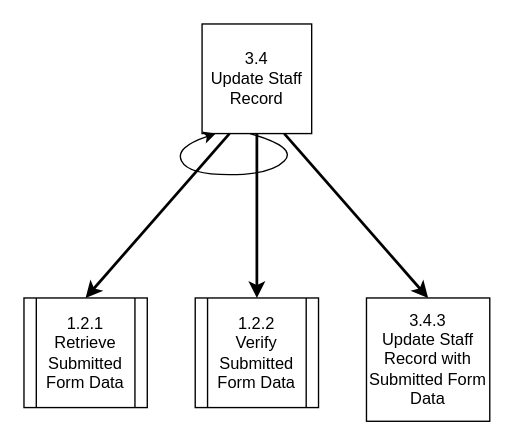
Before: page "3.4: Update Staff Record" (4 of 4) of Diagrams/StructureCharts/Proc3UpdateStaff.drawio in Harlento/SchedulingSystem, a draw.io diagram. Source tidied: cells renumbered, new cells numbered last; positions are measured from the earlier drawing's top-left corner, leaving out a move shared by most shapes. Both pictures are drawn from the tidied source at 137%, with x=0, y=0 at pixel (23, 23).
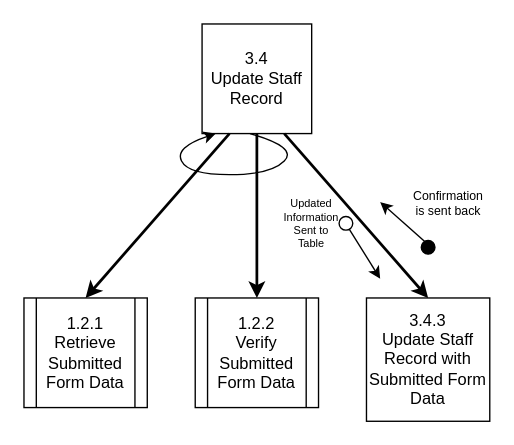
The same page after the edit.

Diff of the diagram source:
```diff
@@
+    <mxCell id="10" style="endArrow=classic;html=1;" parent="1" edge="1">
+      <mxGeometry relative="1" as="geometry">
+        <mxPoint x="234.8" y="145.5" as="sourcePoint" />
+        <mxPoint x="260" y="186" as="targetPoint" />
+      </mxGeometry>
+    </mxCell>
+    <mxCell id="11" style="ellipse;whiteSpace=wrap;html=1;" parent="1" vertex="1">
+      <mxGeometry x="230" y="140.5" width="10" height="10" as="geometry" />
+    </mxCell>
+    <mxCell id="12" value="&lt;div style=&quot;font-size: 8px;&quot;&gt;Updated &lt;br style=&quot;font-size: 8px;&quot;&gt;&lt;/div&gt;&lt;div style=&quot;font-size: 8px;&quot;&gt;Information &lt;br style=&quot;font-size: 8px;&quot;&gt;&lt;/div&gt;&lt;div style=&quot;font-size: 8px;&quot;&gt;Sent to Table&lt;br style=&quot;font-size: 8px;&quot;&gt;&lt;/div&gt;" style="text;html=1;strokeColor=none;fillColor=none;align=center;verticalAlign=middle;whiteSpace=wrap;rounded=0;fontSize=8;" parent="1" vertex="1">
+      <mxGeometry x="190" y="135.5" width="40" height="20" as="geometry" />
+    </mxCell>
+    <mxCell id="13" style="endArrow=classic;html=1;" parent="1" edge="1">
+      <mxGeometry relative="1" as="geometry">
+        <mxPoint x="295" y="161" as="sourcePoint" />
+        <mxPoint x="260" y="130" as="targetPoint" />
+      </mxGeometry>
+    </mxCell>
+    <mxCell id="14" style="ellipse;whiteSpace=wrap;html=1;fillColor=#000000;" parent="1" vertex="1">
+      <mxGeometry x="290" y="158" width="10" height="10" as="geometry" />
+    </mxCell>
+    <mxCell id="15" value="Confirmation is sent back" style="text;html=1;strokeColor=none;fillColor=none;align=center;verticalAlign=middle;whiteSpace=wrap;rounded=0;fontSize=9;" parent="1" vertex="1">
+      <mxGeometry x="290" y="120.5" width="40" height="20" as="geometry" />
+    </mxCell>
```
